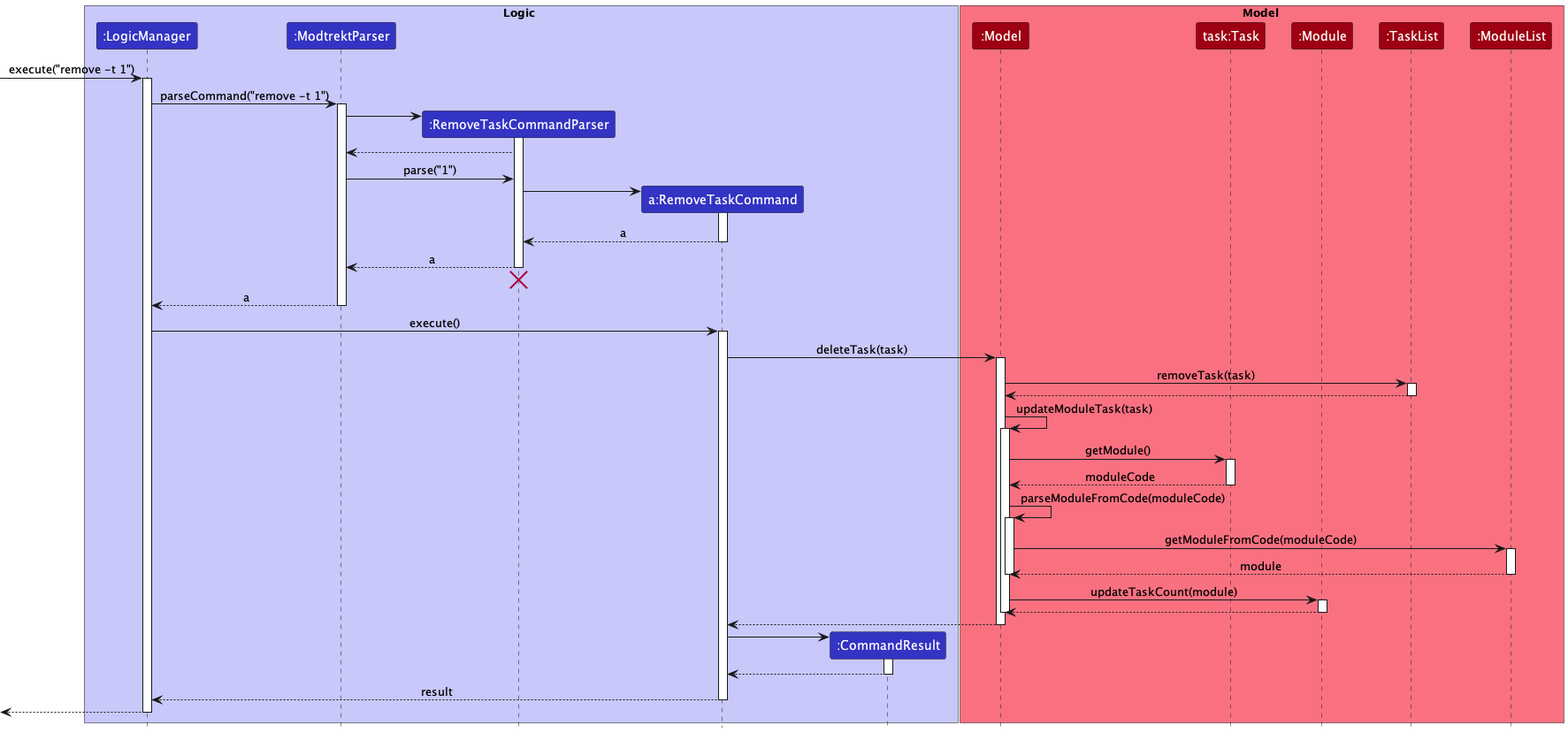
The PlantUML diagram docs/images/TaskPUMLs/RemoveTask/TaskRemoveSequenceDiagram.png in nus-cs2103-AY2223S1/tp, before a commit. Its diagram source:
```plantuml
@startuml
!include ../../style.puml

box Logic LOGIC_COLOR_T1
participant ":LogicManager" as LogicManager LOGIC_COLOR
participant ":ModtrektParser" as ModtrektParser LOGIC_COLOR
participant ":RemoveTaskCommandParser" as RemoveTaskCommandParser LOGIC_COLOR
participant "a:RemoveTaskCommand" as RemoveTaskCommand LOGIC_COLOR
participant ":CommandResult" as CommandResult LOGIC_COLOR

end box

box Model MODEL_COLOR_T1
participant ":Model" as Model MODEL_COLOR
participant "task:Task" as Task MODEL_COLOR
participant ":Module" as Module MODEL_COLOR
participant ":TaskList" as TaskList MODEL_COLOR
participant ":ModuleList" as ModuleList MODEL_COLOR
end box

[-> LogicManager : execute("remove -t 1")
activate LogicManager

LogicManager -> ModtrektParser : parseCommand("remove -t 1")
activate ModtrektParser

create RemoveTaskCommandParser
ModtrektParser -> RemoveTaskCommandParser
activate RemoveTaskCommandParser

RemoveTaskCommandParser --> ModtrektParser

ModtrektParser -> RemoveTaskCommandParser : parse("1")

create RemoveTaskCommand
RemoveTaskCommandParser -> RemoveTaskCommand
activate RemoveTaskCommand

RemoveTaskCommand --> RemoveTaskCommandParser : a
deactivate RemoveTaskCommand

RemoveTaskCommandParser --> ModtrektParser : a
deactivate RemoveTaskCommandParser
RemoveTaskCommandParser -[hidden]-> ModtrektParser
destroy RemoveTaskCommandParser

ModtrektParser --> LogicManager : a
deactivate ModtrektParser

LogicManager -> RemoveTaskCommand : execute()
activate RemoveTaskCommand

RemoveTaskCommand -> Model : deleteTask(task)
activate Model

Model -> TaskList : removeTask(task)
activate TaskList
TaskList --> Model :
deactivate TaskList

Model -> Model : updateModuleTask(task)
activate Model

Model -> Task : getModule()
activate Task

Task --> Model: moduleCode
deactivate Task

Model -> Model : parseModuleFromCode(moduleCode)
activate Model

Model -> ModuleList : getModuleFromCode(moduleCode)
activate ModuleList
ModuleList --> Model : module
deactivate ModuleList

deactivate Model

Model -> Module: updateTaskCount(module)
activate Module
Module --> Model
deactivate Module
deactivate TaskList

deactivate Model
Model --> RemoveTaskCommand
deactivate Model

create CommandResult
RemoveTaskCommand -> CommandResult
activate CommandResult

CommandResult --> RemoveTaskCommand
deactivate CommandResult

RemoveTaskCommand --> LogicManager : result
deactivate RemoveTaskCommand

[<--LogicManager
deactivate LogicManager
@enduml
```
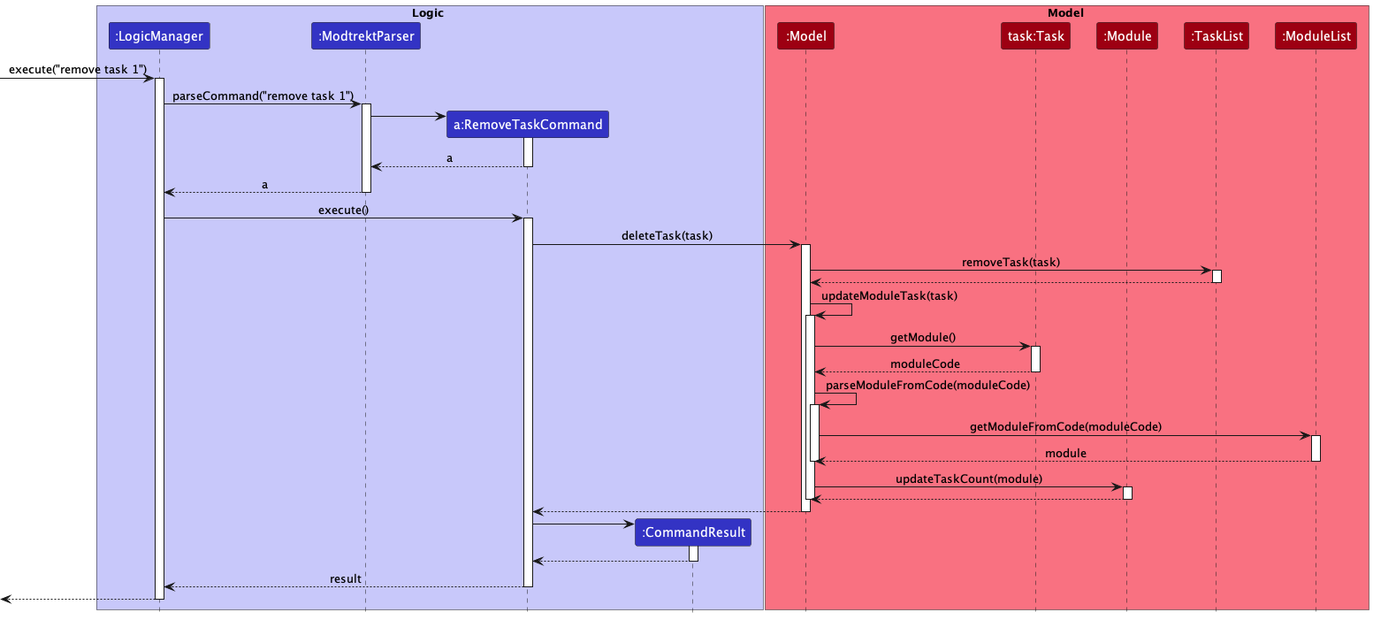
After the change.

Commit message:
update DG to include updated UML diagrams and add more use cases

The edit, as a diff of the source:
```diff
@@ -4,7 +4,6 @@
 box Logic LOGIC_COLOR_T1
 participant ":LogicManager" as LogicManager LOGIC_COLOR
 participant ":ModtrektParser" as ModtrektParser LOGIC_COLOR
-participant ":RemoveTaskCommandParser" as RemoveTaskCommandParser LOGIC_COLOR
 participant "a:RemoveTaskCommand" as RemoveTaskCommand LOGIC_COLOR
 participant ":CommandResult" as CommandResult LOGIC_COLOR
 
@@ -18,31 +17,18 @@
 participant ":ModuleList" as ModuleList MODEL_COLOR
 end box
 
-[-> LogicManager : execute("remove -t 1")
+[-> LogicManager : execute("remove task 1")
 activate LogicManager
 
-LogicManager -> ModtrektParser : parseCommand("remove -t 1")
+LogicManager -> ModtrektParser : parseCommand("remove task 1")
 activate ModtrektParser
 
-create RemoveTaskCommandParser
-ModtrektParser -> RemoveTaskCommandParser
-activate RemoveTaskCommandParser
-
-RemoveTaskCommandParser --> ModtrektParser
-
-ModtrektParser -> RemoveTaskCommandParser : parse("1")
-
 create RemoveTaskCommand
-RemoveTaskCommandParser -> RemoveTaskCommand
+ModtrektParser -> RemoveTaskCommand
 activate RemoveTaskCommand
 
-RemoveTaskCommand --> RemoveTaskCommandParser : a
+RemoveTaskCommand --> ModtrektParser : a
 deactivate RemoveTaskCommand
-
-RemoveTaskCommandParser --> ModtrektParser : a
-deactivate RemoveTaskCommandParser
-RemoveTaskCommandParser -[hidden]-> ModtrektParser
-destroy RemoveTaskCommandParser
 
 ModtrektParser --> LogicManager : a
 deactivate ModtrektParser
@@ -55,6 +41,7 @@
 
 Model -> TaskList : removeTask(task)
 activate TaskList
+
 TaskList --> Model :
 deactivate TaskList
 
```
